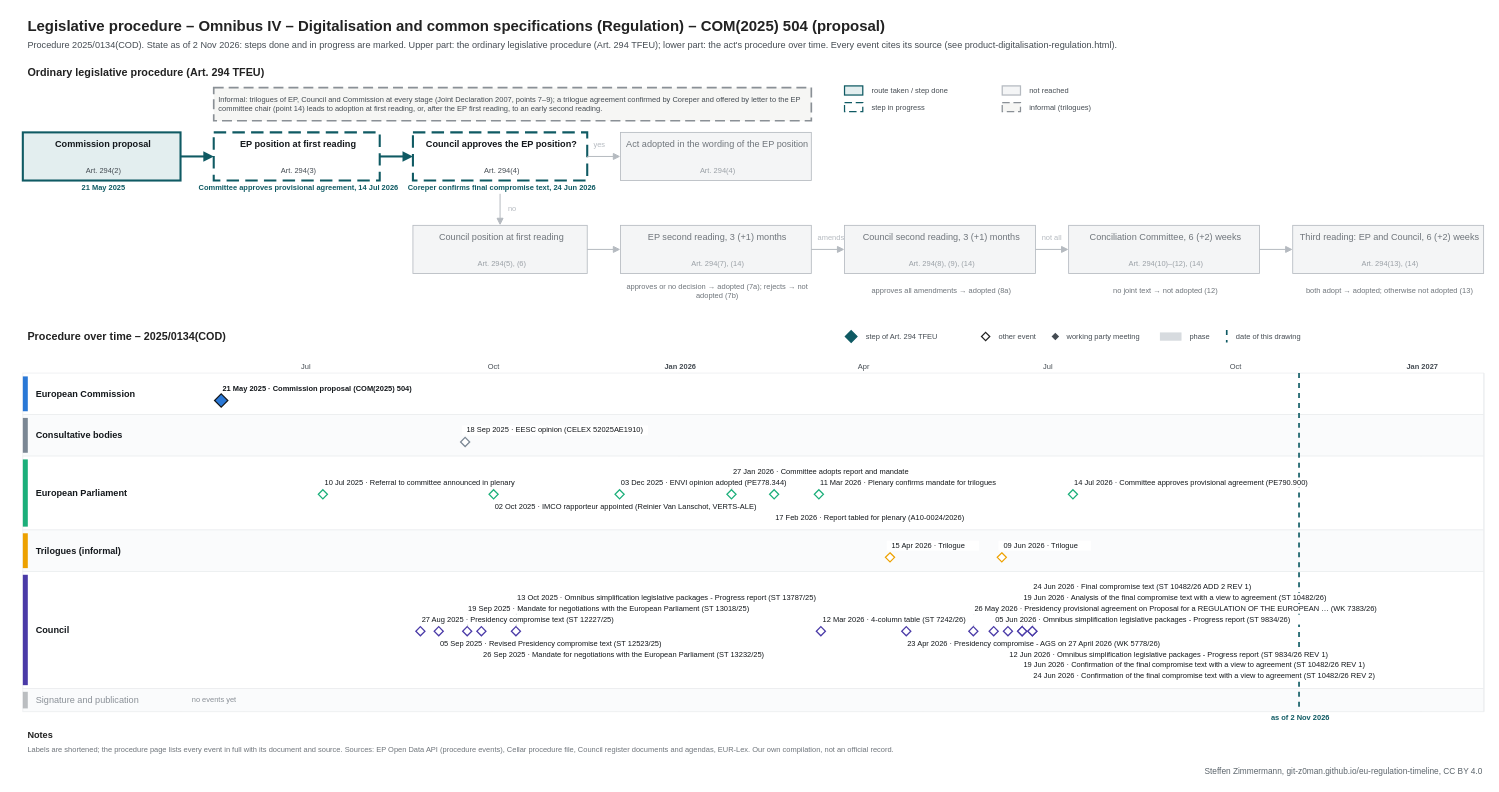
Above: procedures/product-digitalisation-regulation.drawio in git-z0man/eu-regulation-timeline (draw.io), before the change. Source tidied: cells renumbered, new cells numbered last; positions are measured from the earlier drawing's top-left corner, leaving out a move shared by most shapes. Both pictures are drawn from the tidied source at 83%, with x=0, y=0 at pixel (14, 14).
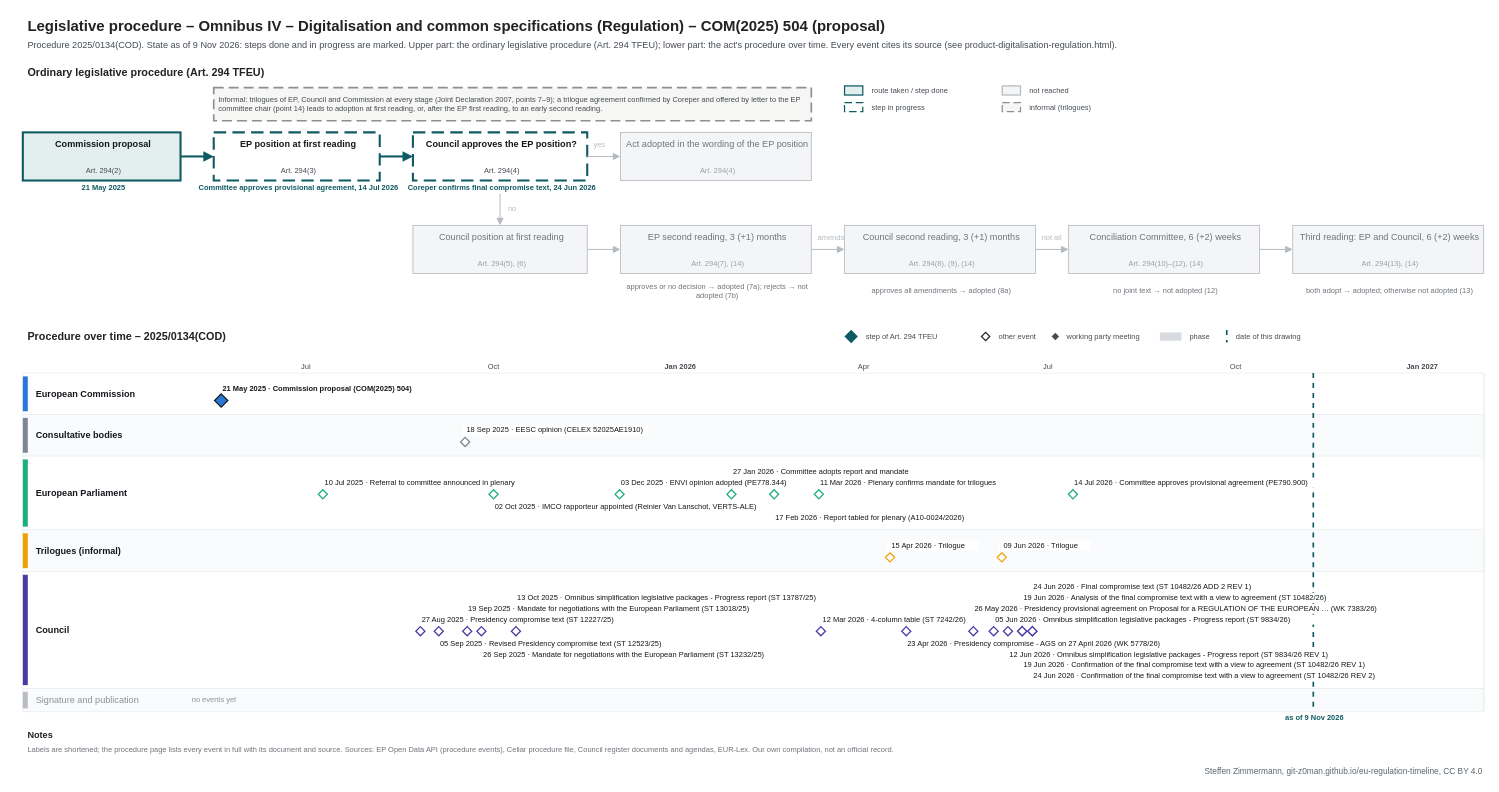
After the change.

Diff of the diagram source:
```diff
@@
-    <mxCell id="3" value="Procedure 2025/0134(COD). State as of 2 Nov 2026: steps done and in progress are marked. Upper part: the ordinary legislative procedure (Art. 294 TFEU); lower part: the act's procedure over time. Every event cites its source (see product-digitalisation-regulation.html)." style="text;html=1;fontSize=11;fontColor=#454c53;align=left;verticalAlign=middle;spacingLeft=4;" parent="1" vertex="1">
+    <mxCell id="3" value="Procedure 2025/0134(COD). State as of 9 Nov 2026: steps done and in progress are marked. Upper part: the ordinary legislative procedure (Art. 294 TFEU); lower part: the act's procedure over time. Every event cites its source (see product-digitalisation-regulation.html)." style="text;html=1;fontSize=11;fontColor=#454c53;align=left;verticalAlign=middle;spacingLeft=4;" parent="1" vertex="1">
       <mxGeometry x="10" y="28" width="1700" height="18" as="geometry" />
     </mxCell>
@@
     <mxCell id="120" style="line;html=1;strokeWidth=2;strokeColor=#0f5a63;direction=south;dashed=1;" parent="1" vertex="1">
-      <mxGeometry x="1547.1" y="432" width="1" height="408" as="geometry" />
+      <mxGeometry x="1564.3" y="432" width="1" height="408" as="geometry" />
     </mxCell>
-    <mxCell id="121" value="as of 2 Nov 2026" style="text;html=1;fontSize=9;fontColor=#0f5a63;align=center;verticalAlign=middle;spacingLeft=4;fontStyle=1;" parent="1" vertex="1">
-      <mxGeometry x="1487.1" y="841" width="120" height="12" as="geometry" />
+    <mxCell id="121" value="as of 9 Nov 2026" style="text;html=1;fontSize=9;fontColor=#0f5a63;align=center;verticalAlign=middle;spacingLeft=4;fontStyle=1;" parent="1" vertex="1">
+      <mxGeometry x="1504.3" y="841" width="120" height="12" as="geometry" />
     </mxCell>
```
